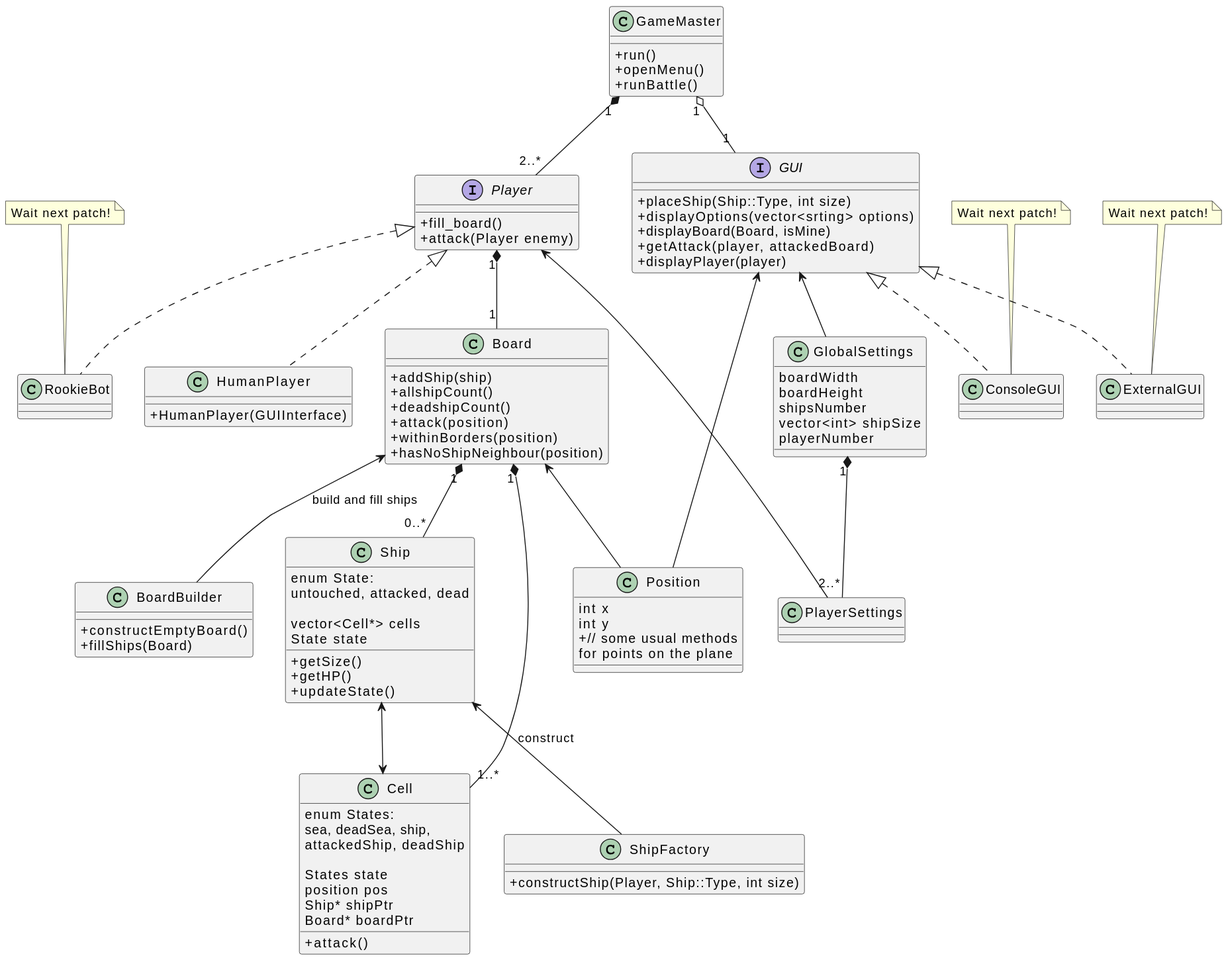
The PlantUML diagram ClassDiagram.svg in Fas0u1er/ATP_incident, before a commit.
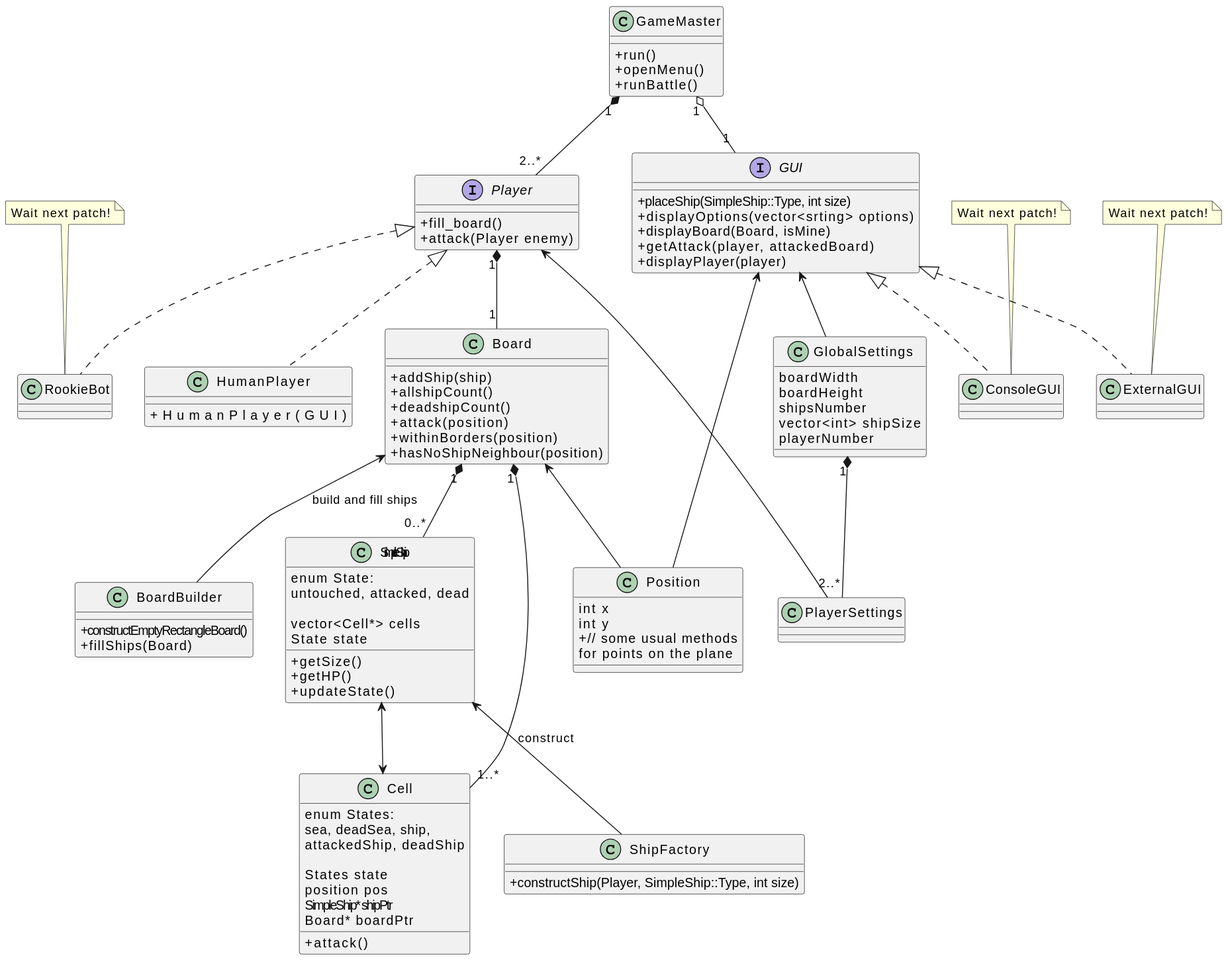
The same file after the commit.

Diff of the diagram source:
```diff
@@ -15,7 +15,7 @@
 }
 
 interface GUI {
-+placeShip(Ship::Type, int size)
++placeShip(SimpleShip::Type, int size)
 +displayOptions(vector<srting> options)
 +displayBoard(Board, isMine)
 +getAttack(player, attackedBoard)
@@ -29,7 +29,7 @@
 
 together {
 class HumanPlayer {
-+HumanPlayer(GUIInterface)
++HumanPlayer(GUI)
 }
 class RookieBot {}
 }
@@ -51,13 +51,13 @@
 
 States state
 position pos
-Ship* shipPtr
+SimpleShip* shipPtr
 Board* boardPtr
 
 +attack()
 }
 
-class Ship {
+class SimpleShip {
 enum State:
 untouched, attacked, dead
 
@@ -87,12 +87,12 @@
 }
 
 class BoardBuilder{
-+constructEmptyBoard()
++constructEmptyRectangleBoard()
 +fillShips(Board)
 }
 
 class ShipFactory {
-+constructShip(Player, Ship::Type, int size)
++constructShip(Player, SimpleShip::Type, int size)
 }
 
 class PlayerSettings {}
@@ -112,7 +112,7 @@
 Player "1" *-- "1" Board
 
 Board "1" *-- "1..*" Cell
-Board "1" *-- "0..*" Ship
+Board "1" *-- "0..*" SimpleShip
 
 GlobalSettings "1" *-- "2..*" PlayerSettings
 
@@ -123,6 +123,6 @@
 GUI <-- GlobalSettings
 Player <-- PlayerSettings
 
-Ship <--> Cell
-Ship <-- ShipFactory : construct
+SimpleShip <--> Cell
+SimpleShip <-- ShipFactory : construct
 @enduml
```
